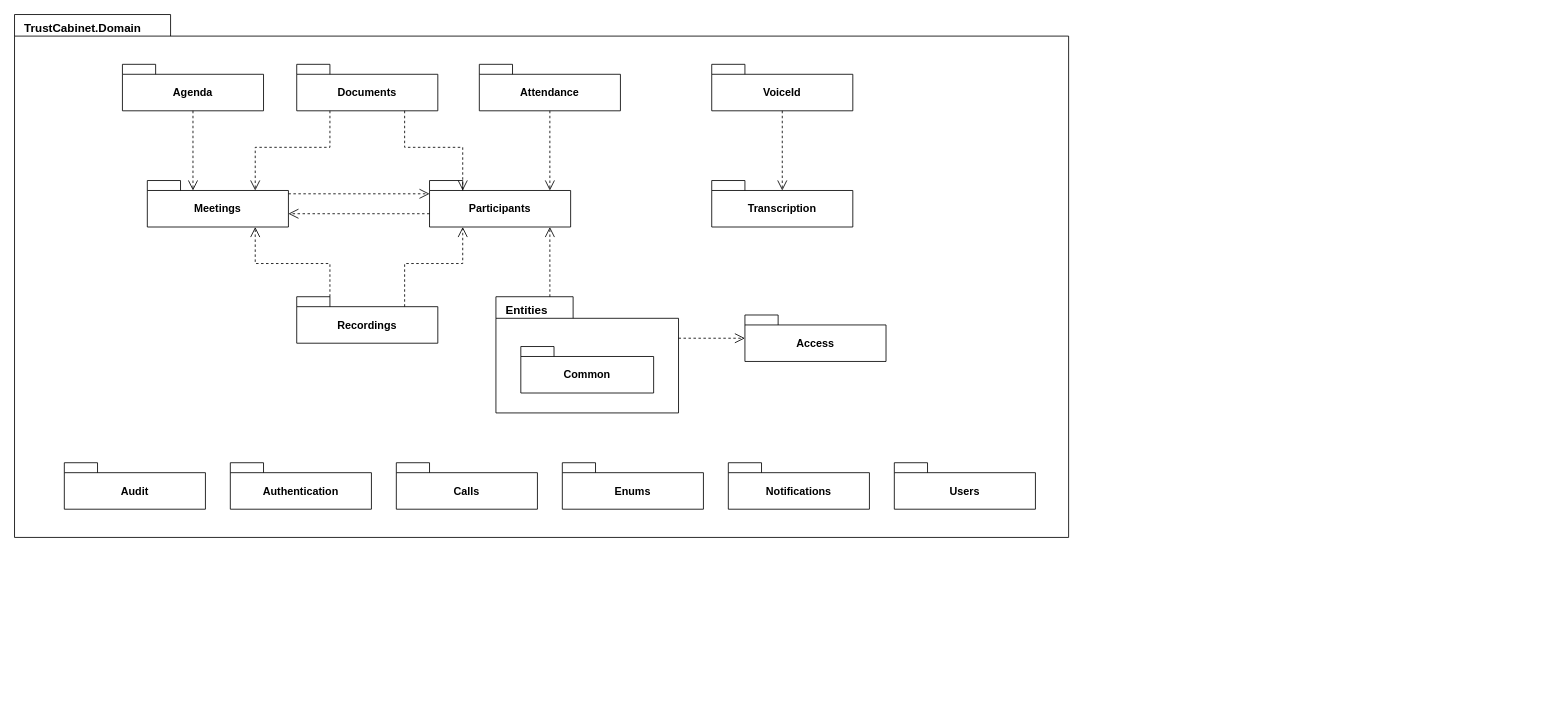
callmehai/FU-FA26-G116 keeps this draw.io diagram as docs/15-package-diagram/package-domain.drawio. Above is the earlier version. Source tidied: cells renumbered, new cells numbered last; positions are measured from the earlier drawing's top-left corner, leaving out a move shared by most shapes. Both pictures are drawn from the tidied source at 83%, with x=0, y=0 at pixel (14, 14).
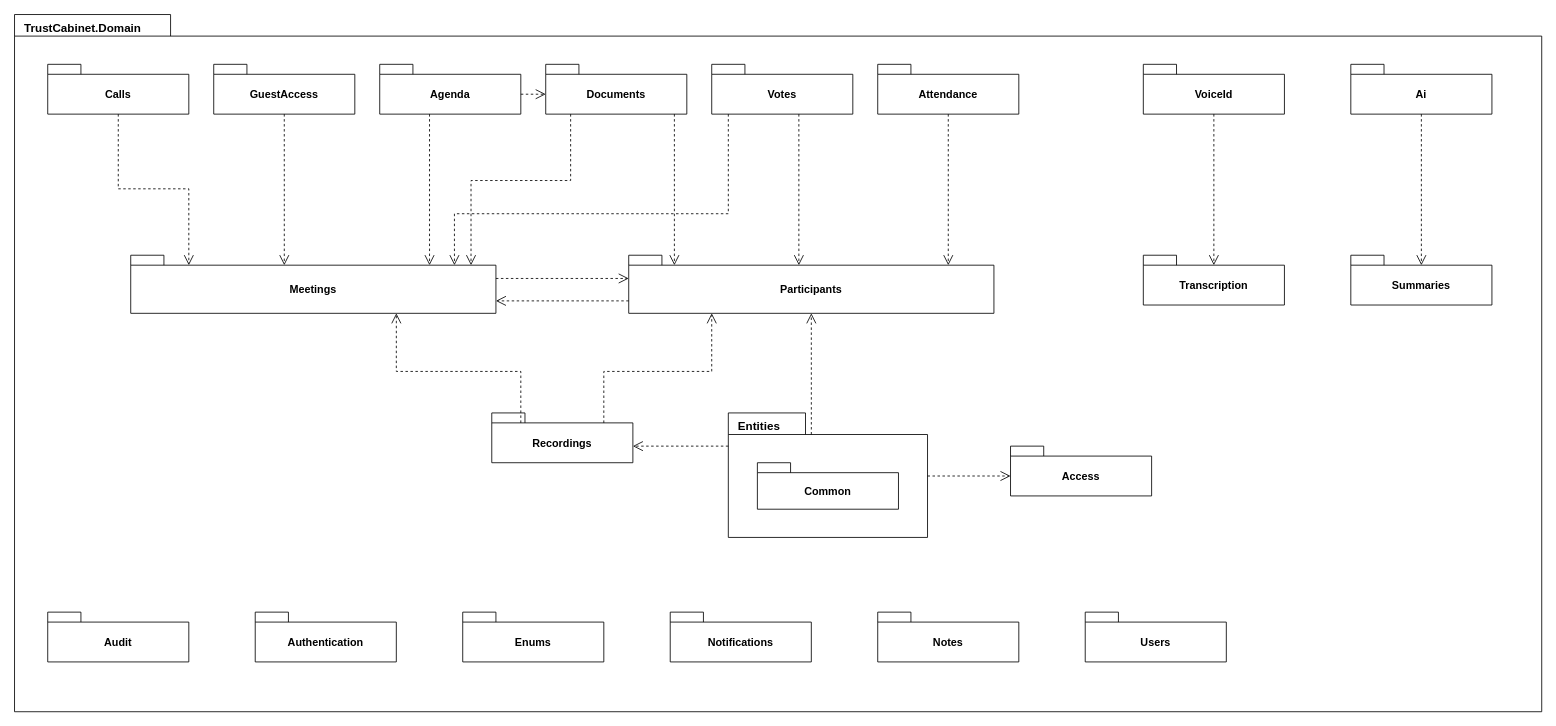
Above is the later version.

The edit, as a diff of the source:
```diff
@@
     <mxCell id="2" value="TrustCabinet.Domain" style="shape=folder;tabWidth=188;tabHeight=26;tabPosition=left;verticalAlign=top;align=left;spacingLeft=10;spacingTop=1;fontStyle=1;fontSize=14;html=1;whiteSpace=wrap;fillColor=#ffffff;strokeColor=#000000;fontColor=#000000;fontFamily=Helvetica;" parent="1" vertex="1">
-      <mxGeometry width="1270" height="630" as="geometry" />
+      <mxGeometry width="1840" height="840" as="geometry" />
     </mxCell>
+    <mxCell id="16" value="Calls" style="shape=folder;tabWidth=40;tabHeight=12;tabPosition=left;verticalAlign=middle;align=center;spacingTop=12;fontStyle=1;fontSize=13;html=1;whiteSpace=wrap;fillColor=#ffffff;strokeColor=#000000;fontColor=#000000;fontFamily=Helvetica;" parent="2" vertex="1">
+      <mxGeometry x="40" y="60" width="170" height="60" as="geometry" />
+    </mxCell>
+    <mxCell id="31" value="GuestAccess" style="shape=folder;tabWidth=40;tabHeight=12;tabPosition=left;verticalAlign=middle;align=center;spacingTop=12;fontStyle=1;fontSize=13;html=1;whiteSpace=wrap;fillColor=#ffffff;strokeColor=#000000;fontColor=#000000;fontFamily=Helvetica;" parent="2" vertex="1">
+      <mxGeometry x="240" y="60" width="170" height="60" as="geometry" />
+    </mxCell>
     <mxCell id="3" value="Agenda" style="shape=folder;tabWidth=40;tabHeight=12;tabPosition=left;verticalAlign=middle;align=center;spacingTop=12;fontStyle=1;fontSize=13;html=1;whiteSpace=wrap;fillColor=#ffffff;strokeColor=#000000;fontColor=#000000;fontFamily=Helvetica;" parent="2" vertex="1">
-      <mxGeometry x="130" y="60" width="170" height="56" as="geometry" />
+      <mxGeometry x="440" y="60" width="170" height="60" as="geometry" />
     </mxCell>
     <mxCell id="4" value="Documents" style="shape=folder;tabWidth=40;tabHeight=12;tabPosition=left;verticalAlign=middle;align=center;spacingTop=12;fontStyle=1;fontSize=13;html=1;whiteSpace=wrap;fillColor=#ffffff;strokeColor=#000000;fontColor=#000000;fontFamily=Helvetica;" parent="2" vertex="1">
-      <mxGeometry x="340" y="60" width="170" height="56" as="geometry" />
+      <mxGeometry x="640" y="60" width="170" height="60" as="geometry" />
     </mxCell>
+    <mxCell id="32" value="Votes" style="shape=folder;tabWidth=40;tabHeight=12;tabPosition=left;verticalAlign=middle;align=center;spacingTop=12;fontStyle=1;fontSize=13;html=1;whiteSpace=wrap;fillColor=#ffffff;strokeColor=#000000;fontColor=#000000;fontFamily=Helvetica;" parent="2" vertex="1">
+      <mxGeometry x="840" y="60" width="170" height="60" as="geometry" />
+    </mxCell>
     <mxCell id="5" value="Attendance" style="shape=folder;tabWidth=40;tabHeight=12;tabPosition=left;verticalAlign=middle;align=center;spacingTop=12;fontStyle=1;fontSize=13;html=1;whiteSpace=wrap;fillColor=#ffffff;strokeColor=#000000;fontColor=#000000;fontFamily=Helvetica;" parent="2" vertex="1">
-      <mxGeometry x="560" y="60" width="170" height="56" as="geometry" />
+      <mxGeometry x="1040" y="60" width="170" height="60" as="geometry" />
     </mxCell>
-    <mxCell id="6" value="VoiceId" style="shape=folder;tabWidth=40;tabHeight=12;tabPosition=left;verticalAlign=middle;align=center;spacingTop=12;fontStyle=1;fontSize=13;html=1;whiteSpace=wrap;fillColor=#ffffff;strokeColor=#000000;fontColor=#000000;fontFamily=Helvetica;" parent="2" vertex="1">
-      <mxGeometry x="840" y="60" width="170" height="56" as="geometry" />
-    </mxCell>
     <mxCell id="7" value="Meetings" style="shape=folder;tabWidth=40;tabHeight=12;tabPosition=left;verticalAlign=middle;align=center;spacingTop=12;fontStyle=1;fontSize=13;html=1;whiteSpace=wrap;fillColor=#ffffff;strokeColor=#000000;fontColor=#000000;fontFamily=Helvetica;" parent="2" vertex="1">
-      <mxGeometry x="160" y="200" width="170" height="56" as="geometry" />
+      <mxGeometry x="140" y="290" width="440" height="70" as="geometry" />
     </mxCell>
     <mxCell id="8" value="Participants" style="shape=folder;tabWidth=40;tabHeight=12;tabPosition=left;verticalAlign=middle;align=center;spacingTop=12;fontStyle=1;fontSize=13;html=1;whiteSpace=wrap;fillColor=#ffffff;strokeColor=#000000;fontColor=#000000;fontFamily=Helvetica;" parent="2" vertex="1">
-      <mxGeometry x="500" y="200" width="170" height="56" as="geometry" />
+      <mxGeometry x="740" y="290" width="440" height="70" as="geometry" />
     </mxCell>
-    <mxCell id="9" value="Transcription" style="shape=folder;tabWidth=40;tabHeight=12;tabPosition=left;verticalAlign=middle;align=center;spacingTop=12;fontStyle=1;fontSize=13;html=1;whiteSpace=wrap;fillColor=#ffffff;strokeColor=#000000;fontColor=#000000;fontFamily=Helvetica;" parent="2" vertex="1">
-      <mxGeometry x="840" y="200" width="170" height="56" as="geometry" />
-    </mxCell>
     <mxCell id="10" value="Recordings" style="shape=folder;tabWidth=40;tabHeight=12;tabPosition=left;verticalAlign=middle;align=center;spacingTop=12;fontStyle=1;fontSize=13;html=1;whiteSpace=wrap;fillColor=#ffffff;strokeColor=#000000;fontColor=#000000;fontFamily=Helvetica;" parent="2" vertex="1">
-      <mxGeometry x="340" y="340" width="170" height="56" as="geometry" />
+      <mxGeometry x="575" y="480" width="170" height="60" as="geometry" />
     </mxCell>
     <mxCell id="11" value="Entities" style="shape=folder;tabWidth=93;tabHeight=26;tabPosition=left;verticalAlign=top;align=left;spacingLeft=10;spacingTop=1;fontStyle=1;fontSize=14;html=1;whiteSpace=wrap;fillColor=#ffffff;strokeColor=#000000;fontColor=#000000;fontFamily=Helvetica;" parent="2" vertex="1">
-      <mxGeometry x="580" y="340" width="220" height="140" as="geometry" />
+      <mxGeometry x="860" y="480" width="240" height="150" as="geometry" />
     </mxCell>
     <mxCell id="12" value="Common" style="shape=folder;tabWidth=40;tabHeight=12;tabPosition=left;verticalAlign=middle;align=center;spacingTop=12;fontStyle=1;fontSize=13;html=1;whiteSpace=wrap;fillColor=#ffffff;strokeColor=#000000;fontColor=#000000;fontFamily=Helvetica;" parent="11" vertex="1">
-      <mxGeometry x="30" y="60" width="160" height="56" as="geometry" />
+      <mxGeometry x="35" y="60" width="170" height="56" as="geometry" />
     </mxCell>
     <mxCell id="13" value="Access" style="shape=folder;tabWidth=40;tabHeight=12;tabPosition=left;verticalAlign=middle;align=center;spacingTop=12;fontStyle=1;fontSize=13;html=1;whiteSpace=wrap;fillColor=#ffffff;strokeColor=#000000;fontColor=#000000;fontFamily=Helvetica;" parent="2" vertex="1">
-      <mxGeometry x="880" y="362" width="170" height="56" as="geometry" />
+      <mxGeometry x="1200" y="520" width="170" height="60" as="geometry" />
     </mxCell>
+    <mxCell id="6" value="VoiceId" style="shape=folder;tabWidth=40;tabHeight=12;tabPosition=left;verticalAlign=middle;align=center;spacingTop=12;fontStyle=1;fontSize=13;html=1;whiteSpace=wrap;fillColor=#ffffff;strokeColor=#000000;fontColor=#000000;fontFamily=Helvetica;" parent="2" vertex="1">
+      <mxGeometry x="1360" y="60" width="170" height="60" as="geometry" />
+    </mxCell>
+    <mxCell id="9" value="Transcription" style="shape=folder;tabWidth=40;tabHeight=12;tabPosition=left;verticalAlign=middle;align=center;spacingTop=12;fontStyle=1;fontSize=13;html=1;whiteSpace=wrap;fillColor=#ffffff;strokeColor=#000000;fontColor=#000000;fontFamily=Helvetica;" parent="2" vertex="1">
+      <mxGeometry x="1360" y="290" width="170" height="60" as="geometry" />
+    </mxCell>
+    <mxCell id="33" value="Ai" style="shape=folder;tabWidth=40;tabHeight=12;tabPosition=left;verticalAlign=middle;align=center;spacingTop=12;fontStyle=1;fontSize=13;html=1;whiteSpace=wrap;fillColor=#ffffff;strokeColor=#000000;fontColor=#000000;fontFamily=Helvetica;" parent="2" vertex="1">
+      <mxGeometry x="1610" y="60" width="170" height="60" as="geometry" />
+    </mxCell>
+    <mxCell id="34" value="Summaries" style="shape=folder;tabWidth=40;tabHeight=12;tabPosition=left;verticalAlign=middle;align=center;spacingTop=12;fontStyle=1;fontSize=13;html=1;whiteSpace=wrap;fillColor=#ffffff;strokeColor=#000000;fontColor=#000000;fontFamily=Helvetica;" parent="2" vertex="1">
+      <mxGeometry x="1610" y="290" width="170" height="60" as="geometry" />
+    </mxCell>
     <mxCell id="14" value="Audit" style="shape=folder;tabWidth=40;tabHeight=12;tabPosition=left;verticalAlign=middle;align=center;spacingTop=12;fontStyle=1;fontSize=13;html=1;whiteSpace=wrap;fillColor=#ffffff;strokeColor=#000000;fontColor=#000000;fontFamily=Helvetica;" parent="2" vertex="1">
-      <mxGeometry x="60" y="540" width="170" height="56" as="geometry" />
+      <mxGeometry x="40" y="720" width="170" height="60" as="geometry" />
     </mxCell>
     <mxCell id="15" value="Authentication" style="shape=folder;tabWidth=40;tabHeight=12;tabPosition=left;verticalAlign=middle;align=center;spacingTop=12;fontStyle=1;fontSize=13;html=1;whiteSpace=wrap;fillColor=#ffffff;strokeColor=#000000;fontColor=#000000;fontFamily=Helvetica;" parent="2" vertex="1">
-      <mxGeometry x="260" y="540" width="170" height="56" as="geometry" />
+      <mxGeometry x="290" y="720" width="170" height="60" as="geometry" />
     </mxCell>
-    <mxCell id="16" value="Calls" style="shape=folder;tabWidth=40;tabHeight=12;tabPosition=left;verticalAlign=middle;align=center;spacingTop=12;fontStyle=1;fontSize=13;html=1;whiteSpace=wrap;fillColor=#ffffff;strokeColor=#000000;fontColor=#000000;fontFamily=Helvetica;" parent="2" vertex="1">
-      <mxGeometry x="460" y="540" width="170" height="56" as="geometry" />
-    </mxCell>
     <mxCell id="17" value="Enums" style="shape=folder;tabWidth=40;tabHeight=12;tabPosition=left;verticalAlign=middle;align=center;spacingTop=12;fontStyle=1;fontSize=13;html=1;whiteSpace=wrap;fillColor=#ffffff;strokeColor=#000000;fontColor=#000000;fontFamily=Helvetica;" parent="2" vertex="1">
-      <mxGeometry x="660" y="540" width="170" height="56" as="geometry" />
+      <mxGeometry x="540" y="720" width="170" height="60" as="geometry" />
     </mxCell>
     <mxCell id="18" value="Notifications" style="shape=folder;tabWidth=40;tabHeight=12;tabPosition=left;verticalAlign=middle;align=center;spacingTop=12;fontStyle=1;fontSize=13;html=1;whiteSpace=wrap;fillColor=#ffffff;strokeColor=#000000;fontColor=#000000;fontFamily=Helvetica;" parent="2" vertex="1">
-      <mxGeometry x="860" y="540" width="170" height="56" as="geometry" />
+      <mxGeometry x="790" y="720" width="170" height="60" as="geometry" />
     </mxCell>
+    <mxCell id="35" value="Notes" style="shape=folder;tabWidth=40;tabHeight=12;tabPosition=left;verticalAlign=middle;align=center;spacingTop=12;fontStyle=1;fontSize=13;html=1;whiteSpace=wrap;fillColor=#ffffff;strokeColor=#000000;fontColor=#000000;fontFamily=Helvetica;" parent="2" vertex="1">
+      <mxGeometry x="1040" y="720" width="170" height="60" as="geometry" />
+    </mxCell>
     <mxCell id="19" value="Users" style="shape=folder;tabWidth=40;tabHeight=12;tabPosition=left;verticalAlign=middle;align=center;spacingTop=12;fontStyle=1;fontSize=13;html=1;whiteSpace=wrap;fillColor=#ffffff;strokeColor=#000000;fontColor=#000000;fontFamily=Helvetica;" parent="2" vertex="1">
-      <mxGeometry x="1060" y="540" width="170" height="56" as="geometry" />
+      <mxGeometry x="1290" y="720" width="170" height="60" as="geometry" />
     </mxCell>
+    <mxCell id="36" style="endArrow=open;endFill=0;endSize=10;dashed=1;rounded=0;html=1;strokeColor=#000000;fontColor=#000000;fontFamily=Helvetica;fontSize=12;labelBackgroundColor=#ffffff;exitX=0.5;exitY=1.0;exitDx=0;exitDy=0;exitPerimeter=0;entryX=0.1591;entryY=0.1714;entryDx=0;entryDy=0;entryPerimeter=0;" parent="1" edge="1" source="16" target="7">
+      <mxGeometry relative="1" as="geometry">
+        <Array as="points">
+          <mxPoint x="125" y="210" />
+          <mxPoint x="210" y="210" />
+        </Array>
+      </mxGeometry>
+    </mxCell>
+    <mxCell id="37" style="endArrow=open;endFill=0;endSize=10;dashed=1;rounded=0;html=1;strokeColor=#000000;fontColor=#000000;fontFamily=Helvetica;fontSize=12;labelBackgroundColor=#ffffff;exitX=0.5;exitY=1.0;exitDx=0;exitDy=0;exitPerimeter=0;entryX=0.4205;entryY=0.1714;entryDx=0;entryDy=0;entryPerimeter=0;" parent="1" edge="1" source="31" target="7">
+      <mxGeometry relative="1" as="geometry" />
+    </mxCell>
-    <mxCell id="20" style="endArrow=open;endFill=0;endSize=10;dashed=1;rounded=0;html=1;strokeColor=#000000;fontColor=#000000;fontFamily=Helvetica;fontSize=12;labelBackgroundColor=#ffffff;exitX=0.5;exitY=1;exitDx=0;exitDy=0;exitPerimeter=0;entryX=0.3235;entryY=0.2143;entryDx=0;entryDy=0;entryPerimeter=0;" parent="1" edge="1" source="3" target="7">
+    <mxCell id="20" style="endArrow=open;endFill=0;endSize=10;dashed=1;rounded=0;html=1;strokeColor=#000000;fontColor=#000000;fontFamily=Helvetica;fontSize=12;labelBackgroundColor=#ffffff;exitX=0.3529;exitY=1.0;exitDx=0;exitDy=0;exitPerimeter=0;entryX=0.8182;entryY=0.1714;entryDx=0;entryDy=0;entryPerimeter=0;" parent="1" edge="1" source="3" target="7">
       <mxGeometry relative="1" as="geometry" />
     </mxCell>
+    <mxCell id="38" style="endArrow=open;endFill=0;endSize=10;dashed=1;rounded=0;html=1;strokeColor=#000000;fontColor=#000000;fontFamily=Helvetica;fontSize=12;labelBackgroundColor=#ffffff;exitX=1.0;exitY=0.6;exitDx=0;exitDy=0;exitPerimeter=0;entryX=0.0;entryY=0.6;entryDx=0;entryDy=0;entryPerimeter=0;" parent="1" edge="1" source="3" target="4">
+      <mxGeometry relative="1" as="geometry" />
+    </mxCell>
-    <mxCell id="21" style="endArrow=open;endFill=0;endSize=10;dashed=1;rounded=0;html=1;strokeColor=#000000;fontColor=#000000;fontFamily=Helvetica;fontSize=12;labelBackgroundColor=#ffffff;exitX=0.2353;exitY=1;exitDx=0;exitDy=0;exitPerimeter=0;entryX=0.7647;entryY=0.2143;entryDx=0;entryDy=0;entryPerimeter=0;" parent="1" edge="1" source="4" target="7">
+    <mxCell id="21" style="endArrow=open;endFill=0;endSize=10;dashed=1;rounded=0;html=1;strokeColor=#000000;fontColor=#000000;fontFamily=Helvetica;fontSize=12;labelBackgroundColor=#ffffff;exitX=0.1765;exitY=1.0;exitDx=0;exitDy=0;exitPerimeter=0;entryX=0.9318;entryY=0.1714;entryDx=0;entryDy=0;entryPerimeter=0;" parent="1" edge="1" source="4" target="7">
       <mxGeometry relative="1" as="geometry">
         <Array as="points">
-          <mxPoint x="380" y="160" />
-          <mxPoint x="290" y="160" />
+          <mxPoint x="670" y="200" />
+          <mxPoint x="550" y="200" />
         </Array>
       </mxGeometry>
     </mxCell>
-    <mxCell id="22" style="endArrow=open;endFill=0;endSize=10;dashed=1;rounded=0;html=1;strokeColor=#000000;fontColor=#000000;fontFamily=Helvetica;fontSize=12;labelBackgroundColor=#ffffff;exitX=0.7647;exitY=1;exitDx=0;exitDy=0;exitPerimeter=0;entryX=0.2353;entryY=0.2143;entryDx=0;entryDy=0;entryPerimeter=0;" parent="1" edge="1" source="4" target="8">
-      <mxGeometry relative="1" as="geometry">
-        <Array as="points">
-          <mxPoint x="470" y="160" />
-          <mxPoint x="540" y="160" />
-        </Array>
-      </mxGeometry>
+    <mxCell id="22" style="endArrow=open;endFill=0;endSize=10;dashed=1;rounded=0;html=1;strokeColor=#000000;fontColor=#000000;fontFamily=Helvetica;fontSize=12;labelBackgroundColor=#ffffff;exitX=0.9118;exitY=1.0;exitDx=0;exitDy=0;exitPerimeter=0;entryX=0.125;entryY=0.1714;entryDx=0;entryDy=0;entryPerimeter=0;" parent="1" edge="1" source="4" target="8">
+      <mxGeometry relative="1" as="geometry" />
     </mxCell>
+    <mxCell id="39" style="endArrow=open;endFill=0;endSize=10;dashed=1;rounded=0;html=1;strokeColor=#000000;fontColor=#000000;fontFamily=Helvetica;fontSize=12;labelBackgroundColor=#ffffff;exitX=0.1176;exitY=1.0;exitDx=0;exitDy=0;exitPerimeter=0;entryX=0.8864;entryY=0.1714;entryDx=0;entryDy=0;entryPerimeter=0;" parent="1" edge="1" source="32" target="7">
+      <mxGeometry relative="1" as="geometry">
+        <Array as="points">
+          <mxPoint x="860" y="240" />
+          <mxPoint x="530" y="240" />
+        </Array>
+      </mxGeometry>
+    </mxCell>
+    <mxCell id="40" style="endArrow=open;endFill=0;endSize=10;dashed=1;rounded=0;html=1;strokeColor=#000000;fontColor=#000000;fontFamily=Helvetica;fontSize=12;labelBackgroundColor=#ffffff;exitX=0.6176;exitY=1.0;exitDx=0;exitDy=0;exitPerimeter=0;entryX=0.4659;entryY=0.1714;entryDx=0;entryDy=0;entryPerimeter=0;" parent="1" edge="1" source="32" target="8">
+      <mxGeometry relative="1" as="geometry" />
+    </mxCell>
-    <mxCell id="23" style="endArrow=open;endFill=0;endSize=10;dashed=1;rounded=0;html=1;strokeColor=#000000;fontColor=#000000;fontFamily=Helvetica;fontSize=12;labelBackgroundColor=#ffffff;exitX=0.5;exitY=1;exitDx=0;exitDy=0;exitPerimeter=0;entryX=0.8529;entryY=0.2143;entryDx=0;entryDy=0;entryPerimeter=0;" parent="1" edge="1" source="5" target="8">
+    <mxCell id="23" style="endArrow=open;endFill=0;endSize=10;dashed=1;rounded=0;html=1;strokeColor=#000000;fontColor=#000000;fontFamily=Helvetica;fontSize=12;labelBackgroundColor=#ffffff;exitX=0.5;exitY=1.0;exitDx=0;exitDy=0;exitPerimeter=0;entryX=0.875;entryY=0.1714;entryDx=0;entryDy=0;entryPerimeter=0;" parent="1" edge="1" source="5" target="8">
       <mxGeometry relative="1" as="geometry" />
     </mxCell>
-    <mxCell id="24" style="endArrow=open;endFill=0;endSize=10;dashed=1;rounded=0;html=1;strokeColor=#000000;fontColor=#000000;fontFamily=Helvetica;fontSize=12;labelBackgroundColor=#ffffff;exitX=1;exitY=0.2857;exitDx=0;exitDy=0;exitPerimeter=0;entryX=0;entryY=0.2857;entryDx=0;entryDy=0;entryPerimeter=0;" parent="1" edge="1" source="7" target="8">
+    <mxCell id="24" style="endArrow=open;endFill=0;endSize=10;dashed=1;rounded=0;html=1;strokeColor=#000000;fontColor=#000000;fontFamily=Helvetica;fontSize=12;labelBackgroundColor=#ffffff;exitX=1.0;exitY=0.4;exitDx=0;exitDy=0;exitPerimeter=0;entryX=0.0;entryY=0.4;entryDx=0;entryDy=0;entryPerimeter=0;" parent="1" edge="1" source="7" target="8">
       <mxGeometry relative="1" as="geometry" />
     </mxCell>
-    <mxCell id="25" style="endArrow=open;endFill=0;endSize=10;dashed=1;rounded=0;html=1;strokeColor=#000000;fontColor=#000000;fontFamily=Helvetica;fontSize=12;labelBackgroundColor=#ffffff;exitX=0;exitY=0.7143;exitDx=0;exitDy=0;exitPerimeter=0;entryX=1;entryY=0.7143;entryDx=0;entryDy=0;entryPerimeter=0;" parent="1" edge="1" source="8" target="7">
+    <mxCell id="25" style="endArrow=open;endFill=0;endSize=10;dashed=1;rounded=0;html=1;strokeColor=#000000;fontColor=#000000;fontFamily=Helvetica;fontSize=12;labelBackgroundColor=#ffffff;exitX=0.0;exitY=0.7857;exitDx=0;exitDy=0;exitPerimeter=0;entryX=1.0;entryY=0.7857;entryDx=0;entryDy=0;entryPerimeter=0;" parent="1" edge="1" source="8" target="7">
       <mxGeometry relative="1" as="geometry" />
     </mxCell>
-    <mxCell id="26" style="endArrow=open;endFill=0;endSize=10;dashed=1;rounded=0;html=1;strokeColor=#000000;fontColor=#000000;fontFamily=Helvetica;fontSize=12;labelBackgroundColor=#ffffff;exitX=0.2353;exitY=0;exitDx=0;exitDy=0;exitPerimeter=0;entryX=0.7647;entryY=1;entryDx=0;entryDy=0;entryPerimeter=0;" parent="1" edge="1" source="10" target="7">
+    <mxCell id="26" style="endArrow=open;endFill=0;endSize=10;dashed=1;rounded=0;html=1;strokeColor=#000000;fontColor=#000000;fontFamily=Helvetica;fontSize=12;labelBackgroundColor=#ffffff;exitX=0.2059;exitY=0.2;exitDx=0;exitDy=0;exitPerimeter=0;entryX=0.7273;entryY=1.0;entryDx=0;entryDy=0;entryPerimeter=0;" parent="1" edge="1" source="10" target="7">
       <mxGeometry relative="1" as="geometry">
         <Array as="points">
-          <mxPoint x="380" y="300" />
-          <mxPoint x="290" y="300" />
+          <mxPoint x="610" y="430" />
+          <mxPoint x="460" y="430" />
         </Array>
       </mxGeometry>
     </mxCell>
-    <mxCell id="27" style="endArrow=open;endFill=0;endSize=10;dashed=1;rounded=0;html=1;strokeColor=#000000;fontColor=#000000;fontFamily=Helvetica;fontSize=12;labelBackgroundColor=#ffffff;exitX=0.7647;exitY=0.2143;exitDx=0;exitDy=0;exitPerimeter=0;entryX=0.2353;entryY=1;entryDx=0;entryDy=0;entryPerimeter=0;" parent="1" edge="1" source="10" target="8">
+    <mxCell id="27" style="endArrow=open;endFill=0;endSize=10;dashed=1;rounded=0;html=1;strokeColor=#000000;fontColor=#000000;fontFamily=Helvetica;fontSize=12;labelBackgroundColor=#ffffff;exitX=0.7941;exitY=0.2;exitDx=0;exitDy=0;exitPerimeter=0;entryX=0.2273;entryY=1.0;entryDx=0;entryDy=0;entryPerimeter=0;" parent="1" edge="1" source="10" target="8">
       <mxGeometry relative="1" as="geometry">
         <Array as="points">
-          <mxPoint x="470" y="300" />
-          <mxPoint x="540" y="300" />
+          <mxPoint x="710" y="430" />
+          <mxPoint x="840" y="430" />
         </Array>
       </mxGeometry>
     </mxCell>
-    <mxCell id="28" style="endArrow=open;endFill=0;endSize=10;dashed=1;rounded=0;html=1;strokeColor=#000000;fontColor=#000000;fontFamily=Helvetica;fontSize=12;labelBackgroundColor=#ffffff;exitX=0.2955;exitY=0;exitDx=0;exitDy=0;exitPerimeter=0;entryX=0.8529;entryY=1;entryDx=0;entryDy=0;entryPerimeter=0;" parent="1" edge="1" source="11" target="8">
+    <mxCell id="28" style="endArrow=open;endFill=0;endSize=10;dashed=1;rounded=0;html=1;strokeColor=#000000;fontColor=#000000;fontFamily=Helvetica;fontSize=12;labelBackgroundColor=#ffffff;exitX=0.4167;exitY=0.1733;exitDx=0;exitDy=0;exitPerimeter=0;entryX=0.5;entryY=1.0;entryDx=0;entryDy=0;entryPerimeter=0;" parent="1" edge="1" source="11" target="8">
       <mxGeometry relative="1" as="geometry" />
     </mxCell>
+    <mxCell id="41" style="endArrow=open;endFill=0;endSize=10;dashed=1;rounded=0;html=1;strokeColor=#000000;fontColor=#000000;fontFamily=Helvetica;fontSize=12;labelBackgroundColor=#ffffff;exitX=0.0;exitY=0.2667;exitDx=0;exitDy=0;exitPerimeter=0;entryX=1.0;entryY=0.6667;entryDx=0;entryDy=0;entryPerimeter=0;" parent="1" edge="1" source="11" target="10">
+      <mxGeometry relative="1" as="geometry" />
+    </mxCell>
-    <mxCell id="29" style="endArrow=open;endFill=0;endSize=10;dashed=1;rounded=0;html=1;strokeColor=#000000;fontColor=#000000;fontFamily=Helvetica;fontSize=12;labelBackgroundColor=#ffffff;exitX=1;exitY=0.3571;exitDx=0;exitDy=0;exitPerimeter=0;entryX=0;entryY=0.5;entryDx=0;entryDy=0;entryPerimeter=0;" parent="1" edge="1" source="11" target="13">
+    <mxCell id="29" style="endArrow=open;endFill=0;endSize=10;dashed=1;rounded=0;html=1;strokeColor=#000000;fontColor=#000000;fontFamily=Helvetica;fontSize=12;labelBackgroundColor=#ffffff;exitX=1.0;exitY=0.5067;exitDx=0;exitDy=0;exitPerimeter=0;entryX=0.0;entryY=0.6;entryDx=0;entryDy=0;entryPerimeter=0;" parent="1" edge="1" source="11" target="13">
       <mxGeometry relative="1" as="geometry" />
     </mxCell>
-    <mxCell id="30" style="endArrow=open;endFill=0;endSize=10;dashed=1;rounded=0;html=1;strokeColor=#000000;fontColor=#000000;fontFamily=Helvetica;fontSize=12;labelBackgroundColor=#ffffff;exitX=0.5;exitY=1;exitDx=0;exitDy=0;exitPerimeter=0;entryX=0.5;entryY=0.2143;entryDx=0;entryDy=0;entryPerimeter=0;" parent="1" edge="1" source="6" target="9">
+    <mxCell id="30" style="endArrow=open;endFill=0;endSize=10;dashed=1;rounded=0;html=1;strokeColor=#000000;fontColor=#000000;fontFamily=Helvetica;fontSize=12;labelBackgroundColor=#ffffff;exitX=0.5;exitY=1.0;exitDx=0;exitDy=0;exitPerimeter=0;entryX=0.5;entryY=0.2;entryDx=0;entryDy=0;entryPerimeter=0;" parent="1" edge="1" source="6" target="9">
       <mxGeometry relative="1" as="geometry" />
     </mxCell>
+    <mxCell id="42" style="endArrow=open;endFill=0;endSize=10;dashed=1;rounded=0;html=1;strokeColor=#000000;fontColor=#000000;fontFamily=Helvetica;fontSize=12;labelBackgroundColor=#ffffff;exitX=0.5;exitY=1.0;exitDx=0;exitDy=0;exitPerimeter=0;entryX=0.5;entryY=0.2;entryDx=0;entryDy=0;entryPerimeter=0;" parent="1" edge="1" source="33" target="34">
+      <mxGeometry relative="1" as="geometry" />
+    </mxCell>
```
